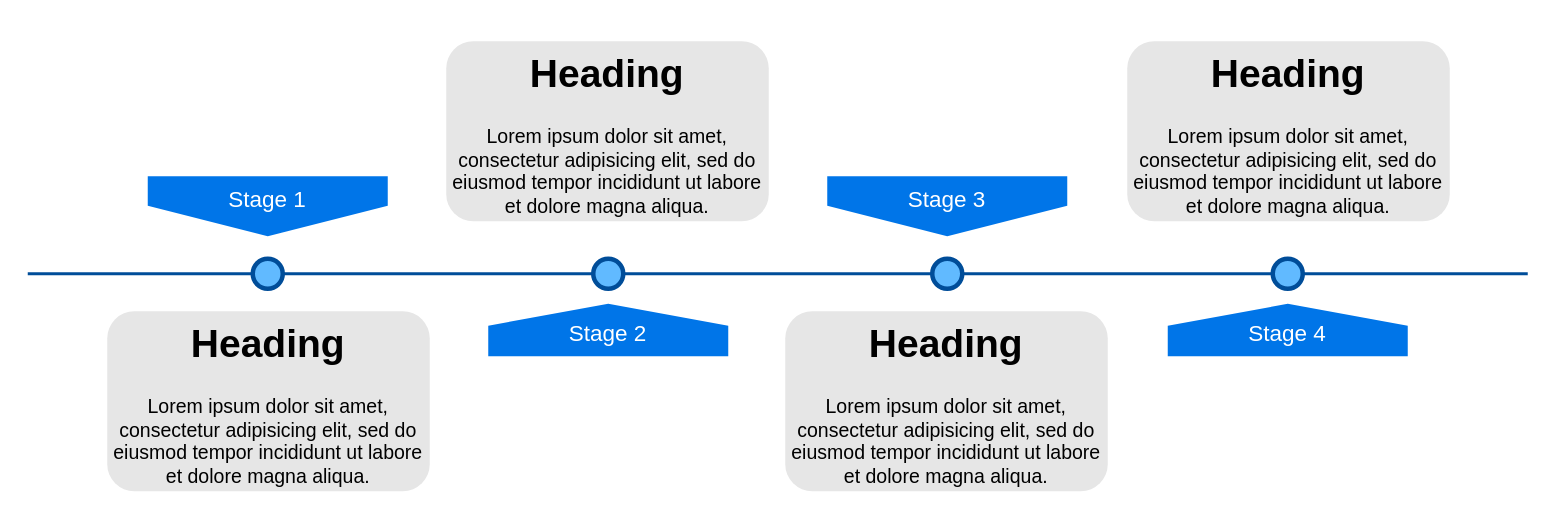
Sinahag/CppPractice keeps this draw.io diagram as User.drawio. Above is the earlier version. Source tidied: cells renumbered, new cells numbered last; positions are measured from the earlier drawing's top-left corner, leaving out a move shared by most shapes. Both pictures are drawn from the tidied source at 150%, with x=0, y=0 at pixel (27, 40).
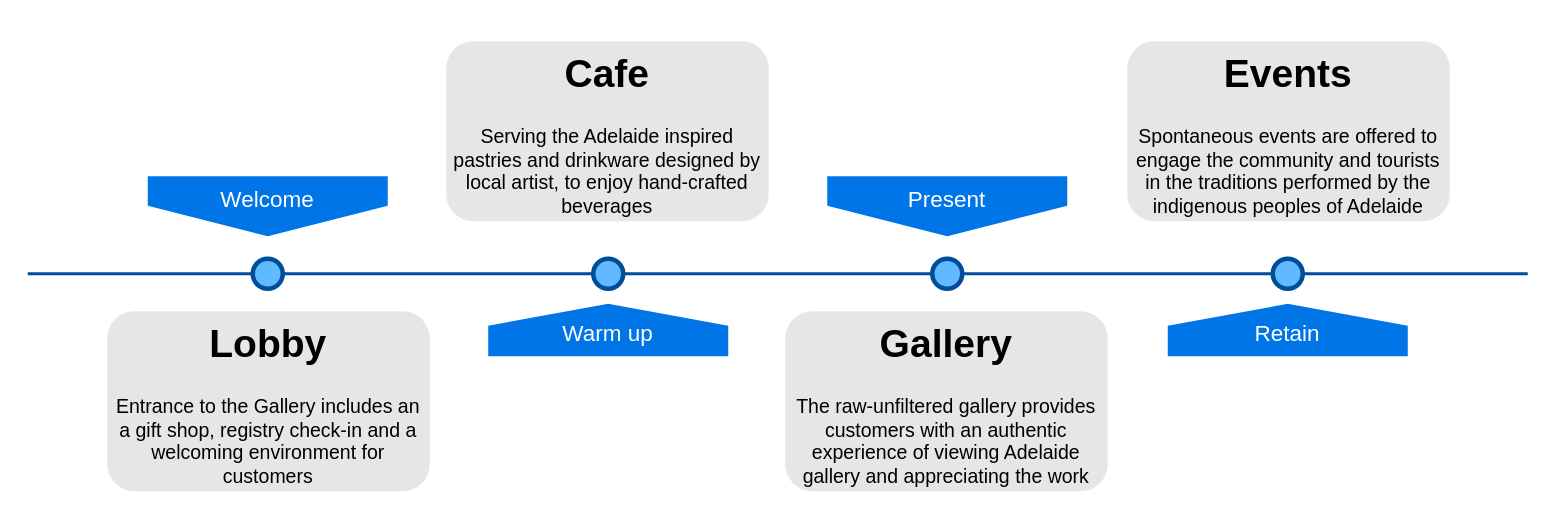
Above is the later version.

Diff of the diagram source:
```diff
@@
 <mxGraphModel>
   <root>
     <mxCell id="0" />
     <mxCell id="1" parent="0" />
     <mxCell id="2" style="line;strokeWidth=2;html=1;fillColor=none;fontSize=28;fontColor=#004D99;strokeColor=#004D99;" parent="1" vertex="1">
       <mxGeometry y="150" width="1000" height="10" as="geometry" />
     </mxCell>
-    <mxCell id="3" value="Stage 1" style="shape=offPageConnector;whiteSpace=wrap;html=1;fillColor=#0075E8;fontSize=15;fontColor=#FFFFFF;size=0.5093750000000015;verticalAlign=top;strokeColor=none;" parent="1" vertex="1">
+    <mxCell id="3" value="Welcome" style="shape=offPageConnector;whiteSpace=wrap;html=1;fillColor=#0075E8;fontSize=15;fontColor=#FFFFFF;size=0.5093750000000015;verticalAlign=top;strokeColor=none;" parent="1" vertex="1">
       <mxGeometry x="80" y="90" width="160" height="40" as="geometry" />
     </mxCell>
-    <mxCell id="4" value="&lt;span&gt;Stage 3&lt;/span&gt;" style="shape=offPageConnector;whiteSpace=wrap;html=1;fillColor=#0075E8;fontSize=15;fontColor=#FFFFFF;size=0.5093750000000015;verticalAlign=top;strokeColor=none;" parent="1" vertex="1">
+    <mxCell id="4" value="&lt;span&gt;Present&lt;/span&gt;" style="shape=offPageConnector;whiteSpace=wrap;html=1;fillColor=#0075E8;fontSize=15;fontColor=#FFFFFF;size=0.5093750000000015;verticalAlign=top;strokeColor=none;" parent="1" vertex="1">
       <mxGeometry x="533" y="90" width="160" height="40" as="geometry" />
     </mxCell>
-    <mxCell id="5" value="&lt;span&gt;Stage 2&lt;/span&gt;" style="shape=offPageConnector;whiteSpace=wrap;html=1;fillColor=#0075E8;fontSize=15;fontColor=#FFFFFF;size=0.4178571428571445;flipV=1;verticalAlign=bottom;strokeColor=none;spacingBottom=4;" parent="1" vertex="1">
+    <mxCell id="5" value="&lt;span&gt;Warm up&lt;/span&gt;" style="shape=offPageConnector;whiteSpace=wrap;html=1;fillColor=#0075E8;fontSize=15;fontColor=#FFFFFF;size=0.4178571428571445;flipV=1;verticalAlign=bottom;strokeColor=none;spacingBottom=4;" parent="1" vertex="1">
       <mxGeometry x="307" y="175" width="160" height="35" as="geometry" />
     </mxCell>
-    <mxCell id="6" value="&lt;span&gt;Stage 4&lt;/span&gt;" style="shape=offPageConnector;whiteSpace=wrap;html=1;fillColor=#0075E8;fontSize=15;fontColor=#FFFFFF;size=0.4178571428571445;flipV=1;verticalAlign=bottom;strokeColor=none;spacingBottom=4;" parent="1" vertex="1">
+    <mxCell id="6" value="&lt;span&gt;Retain&lt;/span&gt;" style="shape=offPageConnector;whiteSpace=wrap;html=1;fillColor=#0075E8;fontSize=15;fontColor=#FFFFFF;size=0.4178571428571445;flipV=1;verticalAlign=bottom;strokeColor=none;spacingBottom=4;" parent="1" vertex="1">
       <mxGeometry x="760" y="175" width="160" height="35" as="geometry" />
     </mxCell>
     <mxCell id="7" style="ellipse;whiteSpace=wrap;html=1;fillColor=#61BAFF;fontSize=28;fontColor=#004D99;strokeWidth=3;strokeColor=#004D99;" parent="1" vertex="1">
       <mxGeometry x="150" y="145" width="20" height="20" as="geometry" />
     </mxCell>
     <mxCell id="8" style="ellipse;whiteSpace=wrap;html=1;fillColor=#61BAFF;fontSize=28;fontColor=#004D99;strokeWidth=3;strokeColor=#004D99;" parent="1" vertex="1">
       <mxGeometry x="377" y="145" width="20" height="20" as="geometry" />
     </mxCell>
     <mxCell id="9" style="ellipse;whiteSpace=wrap;html=1;fillColor=#61BAFF;fontSize=28;fontColor=#004D99;strokeWidth=3;strokeColor=#004D99;" parent="1" vertex="1">
       <mxGeometry x="603" y="145" width="20" height="20" as="geometry" />
     </mxCell>
     <mxCell id="10" style="ellipse;whiteSpace=wrap;html=1;fillColor=#61BAFF;fontSize=28;fontColor=#004D99;strokeWidth=3;strokeColor=#004D99;" parent="1" vertex="1">
       <mxGeometry x="830" y="145" width="20" height="20" as="geometry" />
     </mxCell>
-    <mxCell id="11" value="&lt;h1&gt;Heading&lt;/h1&gt;&lt;p&gt;Lorem ipsum dolor sit amet, consectetur adipisicing elit, sed do eiusmod tempor incididunt ut labore et dolore magna aliqua.&lt;/p&gt;" style="text;html=1;spacing=5;spacingTop=-20;whiteSpace=wrap;overflow=hidden;strokeColor=none;strokeWidth=3;fillColor=#E6E6E6;fontSize=13;fontColor=#000000;align=center;rounded=1;" parent="1" vertex="1">
+    <mxCell id="11" value="&lt;h1&gt;Lobby&lt;/h1&gt;&lt;p&gt;Entrance to the Gallery includes an a gift shop, registry check-in and a welcoming environment for customers&lt;/p&gt;" style="text;html=1;spacing=5;spacingTop=-20;whiteSpace=wrap;overflow=hidden;strokeColor=none;strokeWidth=3;fillColor=#E6E6E6;fontSize=13;fontColor=#000000;align=center;rounded=1;" parent="1" vertex="1">
       <mxGeometry x="53" y="180" width="215" height="120" as="geometry" />
     </mxCell>
-    <mxCell id="12" value="&lt;h1&gt;Heading&lt;/h1&gt;&lt;p&gt;Lorem ipsum dolor sit amet, consectetur adipisicing elit, sed do eiusmod tempor incididunt ut labore et dolore magna aliqua.&lt;/p&gt;" style="text;html=1;spacing=5;spacingTop=-20;whiteSpace=wrap;overflow=hidden;strokeColor=none;strokeWidth=3;fillColor=#E6E6E6;fontSize=13;fontColor=#000000;align=center;rounded=1;" parent="1" vertex="1">
+    <mxCell id="12" value="&lt;h1&gt;Cafe&lt;/h1&gt;&lt;p&gt;Serving the Adelaide inspired pastries and drinkware designed by local artist, to enjoy hand-crafted beverages&lt;/p&gt;" style="text;html=1;spacing=5;spacingTop=-20;whiteSpace=wrap;overflow=hidden;strokeColor=none;strokeWidth=3;fillColor=#E6E6E6;fontSize=13;fontColor=#000000;align=center;rounded=1;" parent="1" vertex="1">
       <mxGeometry x="279" width="215" height="120" as="geometry" />
     </mxCell>
-    <mxCell id="13" value="&lt;h1&gt;Heading&lt;/h1&gt;&lt;p&gt;Lorem ipsum dolor sit amet, consectetur adipisicing elit, sed do eiusmod tempor incididunt ut labore et dolore magna aliqua.&lt;/p&gt;" style="text;html=1;spacing=5;spacingTop=-20;whiteSpace=wrap;overflow=hidden;strokeColor=none;strokeWidth=3;fillColor=#E6E6E6;fontSize=13;fontColor=#000000;align=center;rounded=1;" parent="1" vertex="1">
+    <mxCell id="13" value="&lt;h1&gt;Gallery&lt;/h1&gt;&lt;p&gt;The raw-unfiltered gallery provides customers with an authentic experience of viewing Adelaide gallery and appreciating the work&lt;/p&gt;" style="text;html=1;spacing=5;spacingTop=-20;whiteSpace=wrap;overflow=hidden;strokeColor=none;strokeWidth=3;fillColor=#E6E6E6;fontSize=13;fontColor=#000000;align=center;rounded=1;" parent="1" vertex="1">
       <mxGeometry x="505" y="180" width="215" height="120" as="geometry" />
     </mxCell>
-    <mxCell id="14" value="&lt;h1&gt;Heading&lt;/h1&gt;&lt;p&gt;Lorem ipsum dolor sit amet, consectetur adipisicing elit, sed do eiusmod tempor incididunt ut labore et dolore magna aliqua.&lt;/p&gt;" style="text;html=1;spacing=5;spacingTop=-20;whiteSpace=wrap;overflow=hidden;strokeColor=none;strokeWidth=3;fillColor=#E6E6E6;fontSize=13;fontColor=#000000;align=center;rounded=1;" parent="1" vertex="1">
+    <mxCell id="14" value="&lt;h1&gt;Events&lt;/h1&gt;&lt;p&gt;Spontaneous events are offered to engage the community and tourists in the traditions performed by the indigenous peoples of Adelaide&lt;/p&gt;" style="text;html=1;spacing=5;spacingTop=-20;whiteSpace=wrap;overflow=hidden;strokeColor=none;strokeWidth=3;fillColor=#E6E6E6;fontSize=13;fontColor=#000000;align=center;rounded=1;" parent="1" vertex="1">
       <mxGeometry x="733" width="215" height="120" as="geometry" />
     </mxCell>
   </root>
 </mxGraphModel>
```
